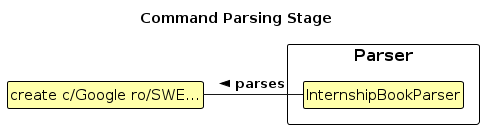
The PlantUML diagram diagrams/CreateCommandParse.png in AY2324S1-CS2103T-W17-1/tp, before a commit. Its source is kept beside it as diagrams/CreateCommandParse.puml.
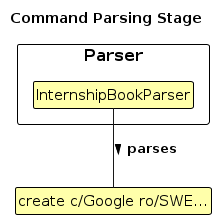
After the change.

Diff of the diagram source:
```diff
@@ -14,6 +14,6 @@
 
 class UserInput as "create c/Google ro/SWE..."
 
-UserInput - InternshipBookParser : < parses
+UserInput -up- InternshipBookParser : < parses
 
 @enduml
```
